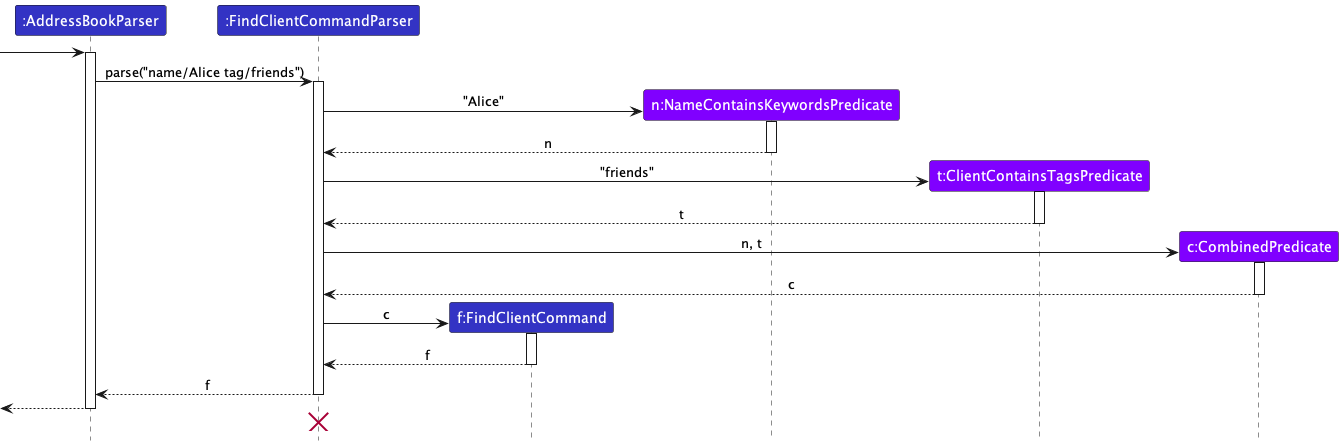
The PlantUML diagram docs/images/FindSequenceDiagram.png in nus-cs2103-AY2223S2/tp, before a commit.
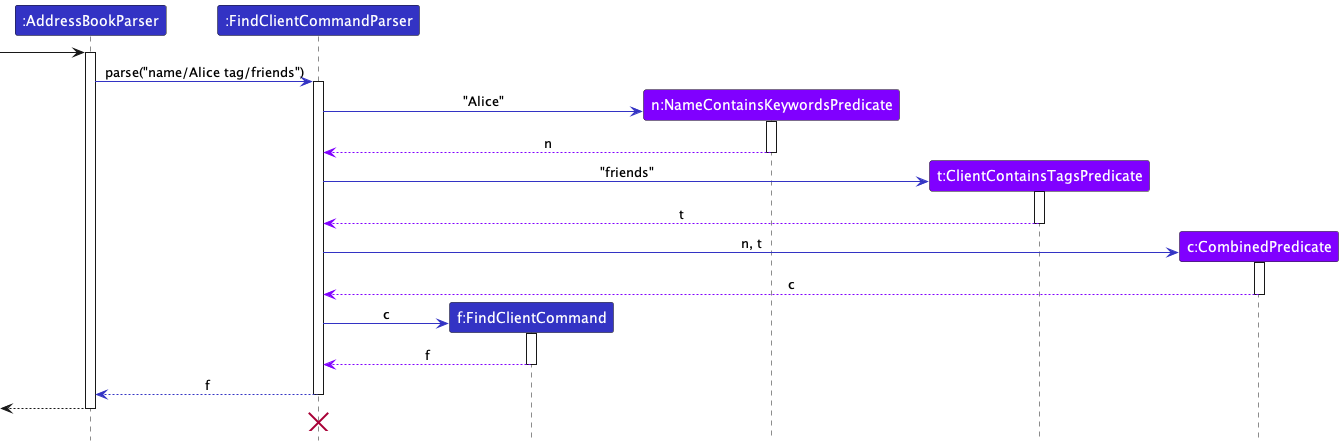
The same file after the commit.

Diff of the diagram source:
```diff
@@ -10,38 +10,38 @@
 
 [-> AddressBookParser
 activate AddressBookParser
-AddressBookParser -> FindClientCommandParser : parse("name/Alice tag/friends")
+AddressBookParser -[LOGIC_COLOR]> FindClientCommandParser : parse("name/Alice tag/friends")
 activate FindClientCommandParser
 
 create NameContainsKeywordsPredicate
-FindClientCommandParser -> NameContainsKeywordsPredicate : "Alice"
+FindClientCommandParser -[LOGIC_COLOR]> NameContainsKeywordsPredicate : "Alice"
 activate NameContainsKeywordsPredicate
 
-NameContainsKeywordsPredicate --> FindClientCommandParser : n
+NameContainsKeywordsPredicate -[COMMON_COLOR]-> FindClientCommandParser : n
 deactivate NameContainsKeywordsPredicate
 
 create ClientContainsTagsPredicate
-FindClientCommandParser -> ClientContainsTagsPredicate : "friends"
+FindClientCommandParser -[LOGIC_COLOR]> ClientContainsTagsPredicate : "friends"
 activate ClientContainsTagsPredicate
 
-ClientContainsTagsPredicate --> FindClientCommandParser : t
+ClientContainsTagsPredicate -[COMMON_COLOR]-> FindClientCommandParser : t
 deactivate ClientContainsTagsPredicate
 
 create CombinedPredicate
-FindClientCommandParser -> CombinedPredicate : n, t
+FindClientCommandParser -[LOGIC_COLOR]> CombinedPredicate : n, t
 activate CombinedPredicate
 
-CombinedPredicate --> FindClientCommandParser : c
+CombinedPredicate -[COMMON_COLOR]-> FindClientCommandParser : c
 deactivate CombinedPredicate
 
 create FindClientCommand
-FindClientCommandParser -> FindClientCommand : c
+FindClientCommandParser -[LOGIC_COLOR]> FindClientCommand : c
 activate FindClientCommand
 
-FindClientCommand --> FindClientCommandParser : f
+FindClientCommand -[COMMON_COLOR]-> FindClientCommandParser : f
 deactivate FindClientCommand
 
-FindClientCommandParser --> AddressBookParser : f
+FindClientCommandParser -[LOGIC_COLOR]-> AddressBookParser : f
 deactivate FindClientCommandParser
 [<-- AddressBookParser
 deactivate AddressBookParser
```
